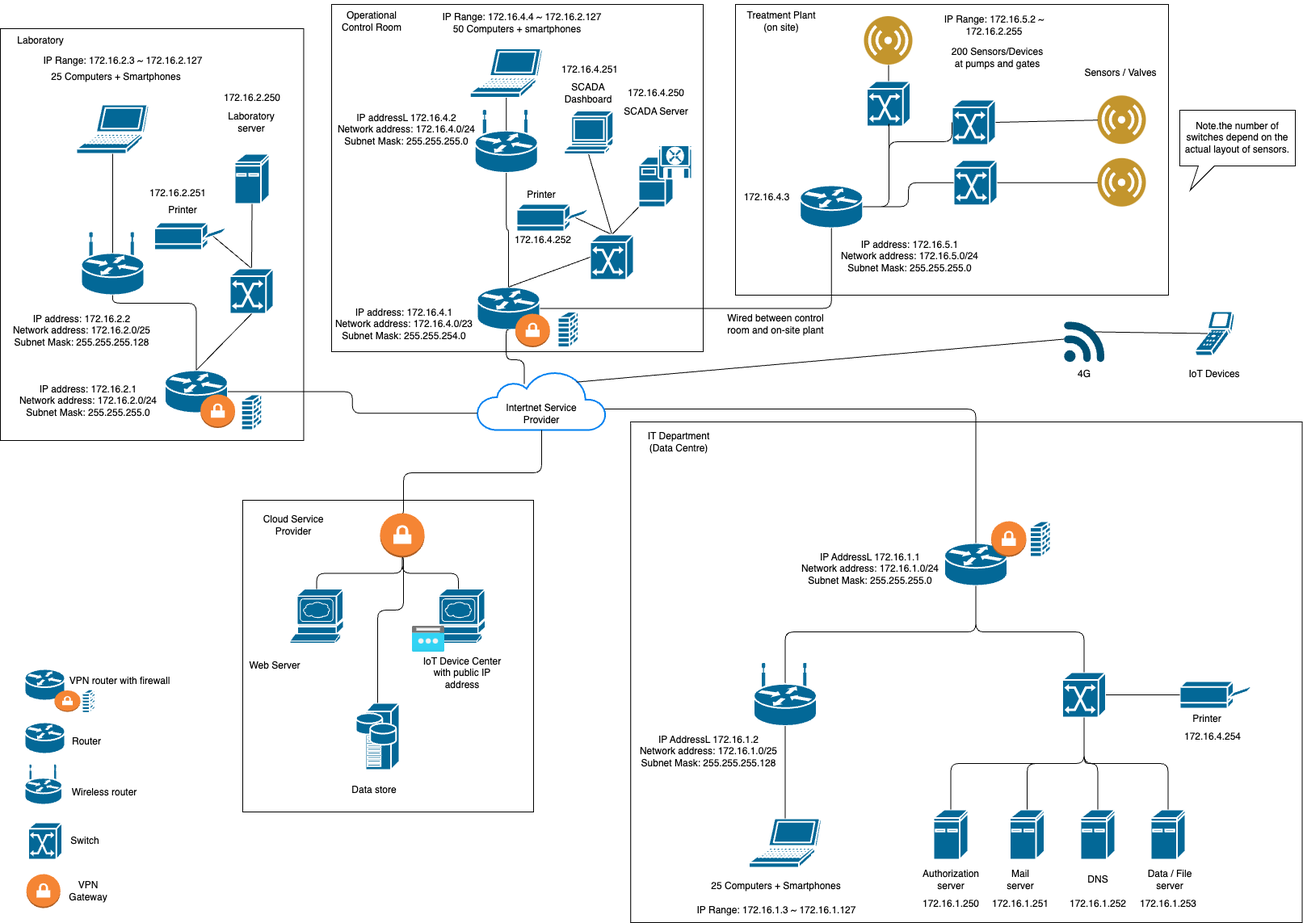
The draw.io diagram camn/summative/network_design.png in JinIgarashi/york-cs-ai-online, before a commit. Source tidied: cells renumbered, new cells last; positions are measured from the earlier drawing's top-left corner, leaving out a move shared by most shapes.
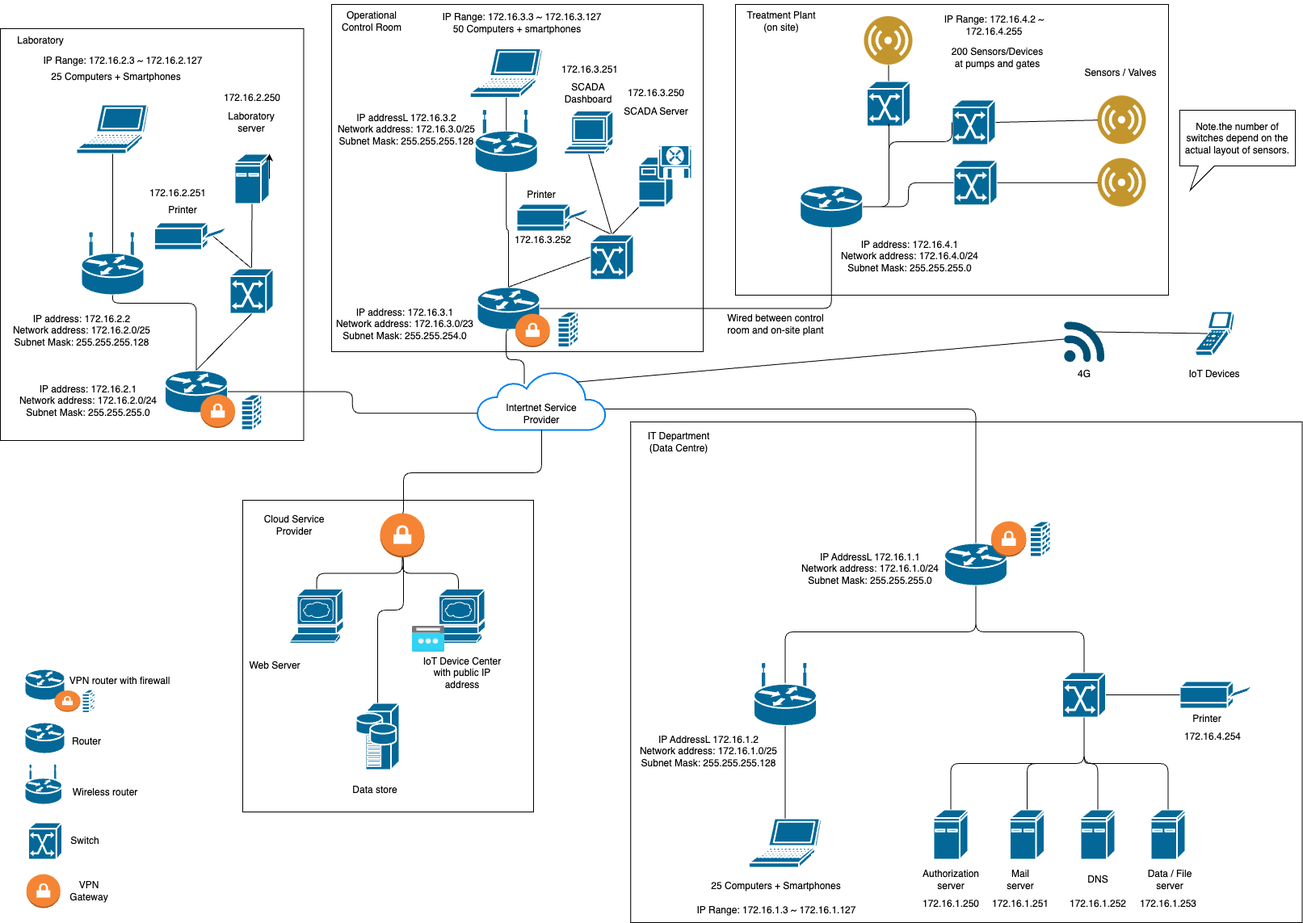
After the change.

What changed in the source:
```diff
@@ -288,13 +288,13 @@
     <mxCell id="86" value="IP address: 172.16.2.1&lt;br&gt;Network address: 172.16.2.0/24&lt;br&gt;Subnet Mask: 255.255.255.0" style="text;html=1;strokeColor=none;fillColor=none;align=center;verticalAlign=middle;whiteSpace=wrap;rounded=0;" parent="1" vertex="1">
       <mxGeometry x="22.4" y="470.2" width="173.8" height="48.5" as="geometry" />
     </mxCell>
-    <mxCell id="87" value="IP address: 172.16.4.1&lt;br&gt;Network address: 172.16.4.0/23&lt;br&gt;Subnet Mask: 255.255.254.0" style="text;html=1;strokeColor=none;fillColor=none;align=center;verticalAlign=middle;whiteSpace=wrap;rounded=0;" parent="1" vertex="1">
+    <mxCell id="87" value="IP address: 172.16.3.1&lt;br&gt;Network address: 172.16.3.0/23&lt;br&gt;Subnet Mask: 255.255.254.0" style="text;html=1;strokeColor=none;fillColor=none;align=center;verticalAlign=middle;whiteSpace=wrap;rounded=0;" parent="1" vertex="1">
       <mxGeometry x="413.5" y="377" width="173.8" height="45" as="geometry" />
     </mxCell>
-    <mxCell id="88" value="IP address: 172.16.5.1&lt;br&gt;Network address: 172.16.5.0/24&lt;br&gt;Subnet Mask: 255.255.255.0" style="text;html=1;strokeColor=none;fillColor=none;align=center;verticalAlign=middle;whiteSpace=wrap;rounded=0;" parent="1" vertex="1">
+    <mxCell id="88" value="IP address: 172.16.4.1&lt;br&gt;Network address: 172.16.4.0/24&lt;br&gt;Subnet Mask: 255.255.255.0" style="text;html=1;strokeColor=none;fillColor=none;align=center;verticalAlign=middle;whiteSpace=wrap;rounded=0;" parent="1" vertex="1">
       <mxGeometry x="1038.8" y="290.8" width="173.8" height="50" as="geometry" />
     </mxCell>
-    <mxCell id="89" value="IP addressL 172.16.4.2&lt;br&gt;Network address: 172.16.4.0/24&lt;br&gt;Subnet Mask: 255.255.255.0" style="text;html=1;strokeColor=none;fillColor=none;align=center;verticalAlign=middle;whiteSpace=wrap;rounded=0;" parent="1" vertex="1">
+    <mxCell id="89" value="IP addressL 172.16.3.2&lt;br&gt;Network address: 172.16.3.0/25&lt;br&gt;Subnet Mask: 255.255.255.128" style="text;html=1;strokeColor=none;fillColor=none;align=center;verticalAlign=middle;whiteSpace=wrap;rounded=0;" parent="1" vertex="1">
       <mxGeometry x="416.2" y="144" width="173.8" height="30" as="geometry" />
     </mxCell>
     <mxCell id="90" value="IP AddressL 172.16.1.2&lt;br&gt;Network address: 172.16.1.0/25&lt;br&gt;Subnet Mask: 255.255.255.128" style="text;html=1;strokeColor=none;fillColor=none;align=center;verticalAlign=middle;whiteSpace=wrap;rounded=0;" parent="1" vertex="1">
@@ -309,13 +309,13 @@
     <mxCell id="93" value="IP Range: 172.16.2.3 ~ 172.16.2.127" style="text;html=1;strokeColor=none;fillColor=none;align=center;verticalAlign=middle;whiteSpace=wrap;rounded=0;" parent="1" vertex="1">
       <mxGeometry x="41.5" y="58.5" width="220" height="30" as="geometry" />
     </mxCell>
-    <mxCell id="94" value="172.16.4.250" style="text;html=1;strokeColor=none;fillColor=none;align=center;verticalAlign=middle;whiteSpace=wrap;rounded=0;" parent="1" vertex="1">
+    <mxCell id="94" value="172.16.3.250" style="text;html=1;strokeColor=none;fillColor=none;align=center;verticalAlign=middle;whiteSpace=wrap;rounded=0;" parent="1" vertex="1">
       <mxGeometry x="761.9" y="99" width="100" height="30" as="geometry" />
     </mxCell>
-    <mxCell id="95" value="IP Range: 172.16.4.4 ~ 172.16.2.127" style="text;html=1;strokeColor=none;fillColor=none;align=center;verticalAlign=middle;whiteSpace=wrap;rounded=0;" parent="1" vertex="1">
+    <mxCell id="95" value="IP Range: 172.16.3.3 ~ 172.16.3.127" style="text;html=1;strokeColor=none;fillColor=none;align=center;verticalAlign=middle;whiteSpace=wrap;rounded=0;" parent="1" vertex="1">
       <mxGeometry x="541" y="-0.5" width="210" height="40" as="geometry" />
     </mxCell>
-    <mxCell id="96" value="IP Range: 172.16.5.2 ~ 172.16.2.255" style="text;html=1;strokeColor=none;fillColor=none;align=center;verticalAlign=middle;whiteSpace=wrap;rounded=0;" parent="1" vertex="1">
+    <mxCell id="96" value="IP Range: 172.16.4.2 ~ 172.16.4.255" style="text;html=1;strokeColor=none;fillColor=none;align=center;verticalAlign=middle;whiteSpace=wrap;rounded=0;" parent="1" vertex="1">
       <mxGeometry x="1145.8" y="9.5" width="168.8" height="40" as="geometry" />
     </mxCell>
     <mxCell id="97" style="endArrow=none;html=1;entryX=0.5;entryY=0;entryDx=0;entryDy=0;edgeStyle=orthogonalEdgeStyle;exitX=0.5;exitY=1;exitDx=0;exitDy=0;startArrow=none;entryPerimeter=0;" parent="1" edge="1" source="51" target="113">
@@ -373,9 +373,6 @@
     <mxCell id="111" value="Sensors / Valves" style="text;html=1;strokeColor=none;fillColor=none;align=center;verticalAlign=middle;whiteSpace=wrap;rounded=0;" parent="1" vertex="1">
       <mxGeometry x="1337" y="74" width="100" height="30" as="geometry" />
     </mxCell>
-    <mxCell id="112" value="172.16.4.3" style="text;html=1;strokeColor=none;fillColor=none;align=center;verticalAlign=middle;whiteSpace=wrap;rounded=0;" parent="1" vertex="1">
-      <mxGeometry x="898.8" y="228" width="100" height="30" as="geometry" />
-    </mxCell>
     <mxCell id="113" style="outlineConnect=0;dashed=0;verticalLabelPosition=bottom;verticalAlign=top;align=center;html=1;shape=mxgraph.aws3.vpn_gateway;fillColor=#F58534;gradientColor=none;" parent="1" vertex="1">
       <mxGeometry x="470" y="634" width="55" height="55" as="geometry" />
     </mxCell>
@@ -451,10 +448,10 @@
     <mxCell id="135" value="SCADA Dashboard" style="text;html=1;strokeColor=none;fillColor=none;align=center;verticalAlign=middle;whiteSpace=wrap;rounded=0;" parent="1" vertex="1">
       <mxGeometry x="680" y="99" width="96.2" height="30" as="geometry" />
     </mxCell>
-    <mxCell id="136" value="172.16.4.251" style="text;html=1;strokeColor=none;fillColor=none;align=center;verticalAlign=middle;whiteSpace=wrap;rounded=0;" parent="1" vertex="1">
+    <mxCell id="136" value="172.16.3.251" style="text;html=1;strokeColor=none;fillColor=none;align=center;verticalAlign=middle;whiteSpace=wrap;rounded=0;" parent="1" vertex="1">
       <mxGeometry x="680.2" y="69.5" width="100" height="30" as="geometry" />
     </mxCell>
-    <mxCell id="137" value="172.16.4.252" style="text;html=1;strokeColor=none;fillColor=none;align=center;verticalAlign=middle;whiteSpace=wrap;rounded=0;" parent="1" vertex="1">
+    <mxCell id="137" value="172.16.3.252" style="text;html=1;strokeColor=none;fillColor=none;align=center;verticalAlign=middle;whiteSpace=wrap;rounded=0;" parent="1" vertex="1">
       <mxGeometry x="621.9" y="280.8" width="100" height="30" as="geometry" />
     </mxCell>
     <mxCell id="138" style="shape=mxgraph.cisco.switches.atm_switch;sketch=0;html=1;dashed=0;fillColor=#036897;strokeColor=#ffffff;strokeWidth=2;verticalLabelPosition=bottom;verticalAlign=top;align=center;outlineConnect=0;" parent="1" vertex="1">
@@ -487,5 +484,8 @@
     <mxCell id="147" value="VPN Gateway" style="text;html=1;strokeColor=none;fillColor=none;align=center;verticalAlign=middle;whiteSpace=wrap;rounded=0;" parent="1" vertex="1">
       <mxGeometry x="76.5" y="1087" width="65.5" height="30" as="geometry" />
     </mxCell>
+    <mxCell id="148" style="edgeStyle=none;html=1;exitX=1;exitY=0.5;exitDx=0;exitDy=0;exitPerimeter=0;entryX=1;entryY=0;entryDx=0;entryDy=0;entryPerimeter=0;" parent="1" edge="1" source="70" target="70">
+      <mxGeometry relative="1" as="geometry" />
+    </mxCell>
   </root>
 </mxGraphModel>
```
